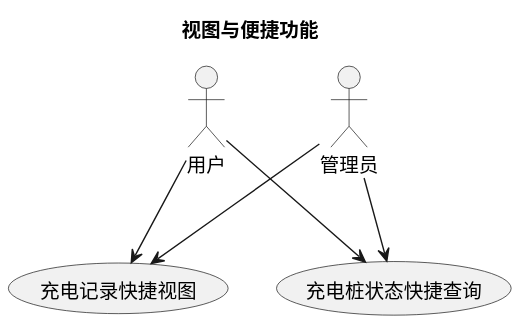
This is usecase/docs/overview/img/view_features.svg from greenhandzdl/charging-station-doc, a PlantUML export, as it was before one commit.
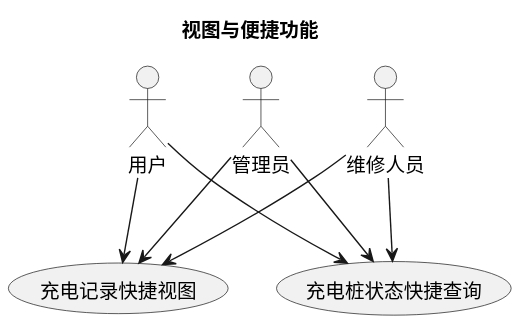
Above is the later version.

Change to the diagram source:
```diff
@@ -6,6 +6,7 @@
 
 actor "用户" as U
 actor "管理员" as A
+actor "维修人员" as M
 
 usecase "充电记录快捷视图" as QV
 usecase "充电桩状态快捷查询" as QC
@@ -14,4 +15,6 @@
 U --> QC
 A --> QV
 A --> QC
+M --> QV
+M --> QC
 @enduml
```
